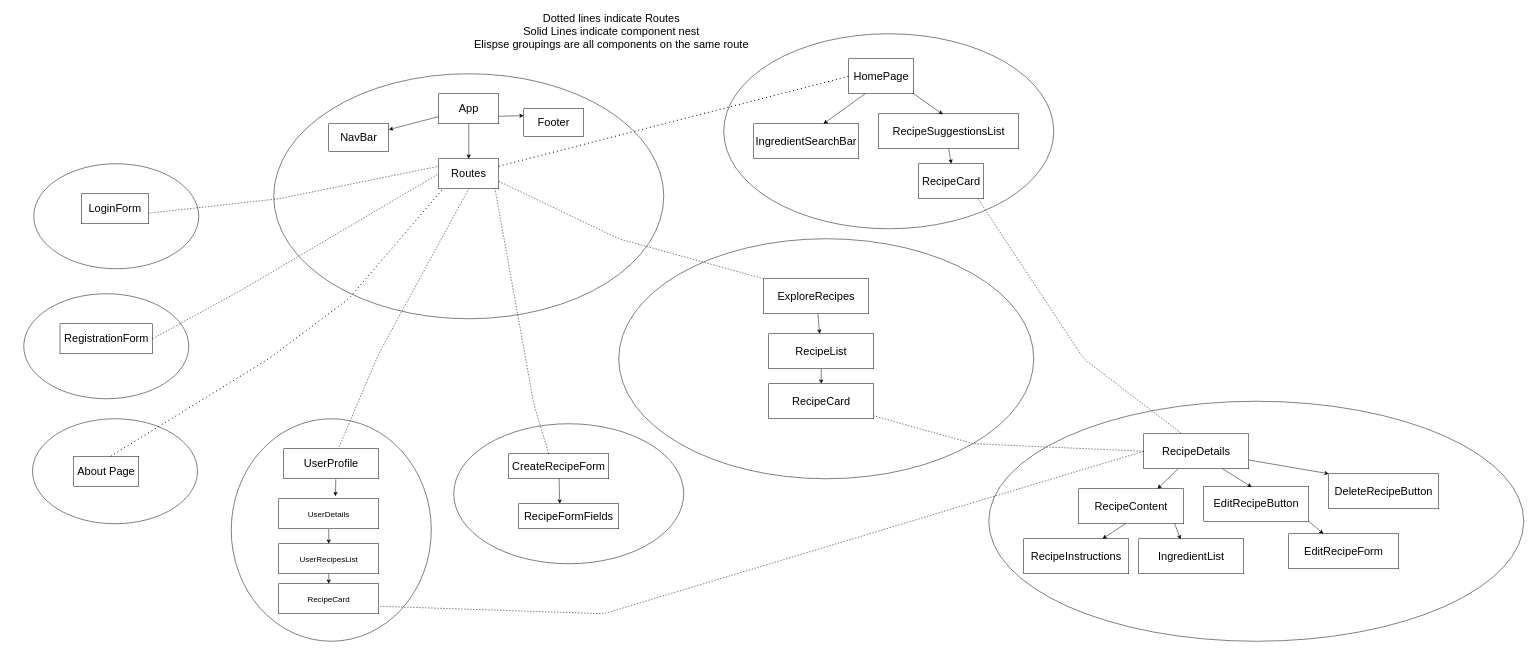
Above: planning/component-tree.drawio in christopherthai/chefmate-ai (draw.io), before the change. Source tidied: cells renumbered, new cells numbered last; positions are measured from the earlier drawing's top-left corner, leaving out a move shared by most shapes. Both pictures are drawn from the tidied source at 50%, with x=0, y=0 at pixel (24, 8).
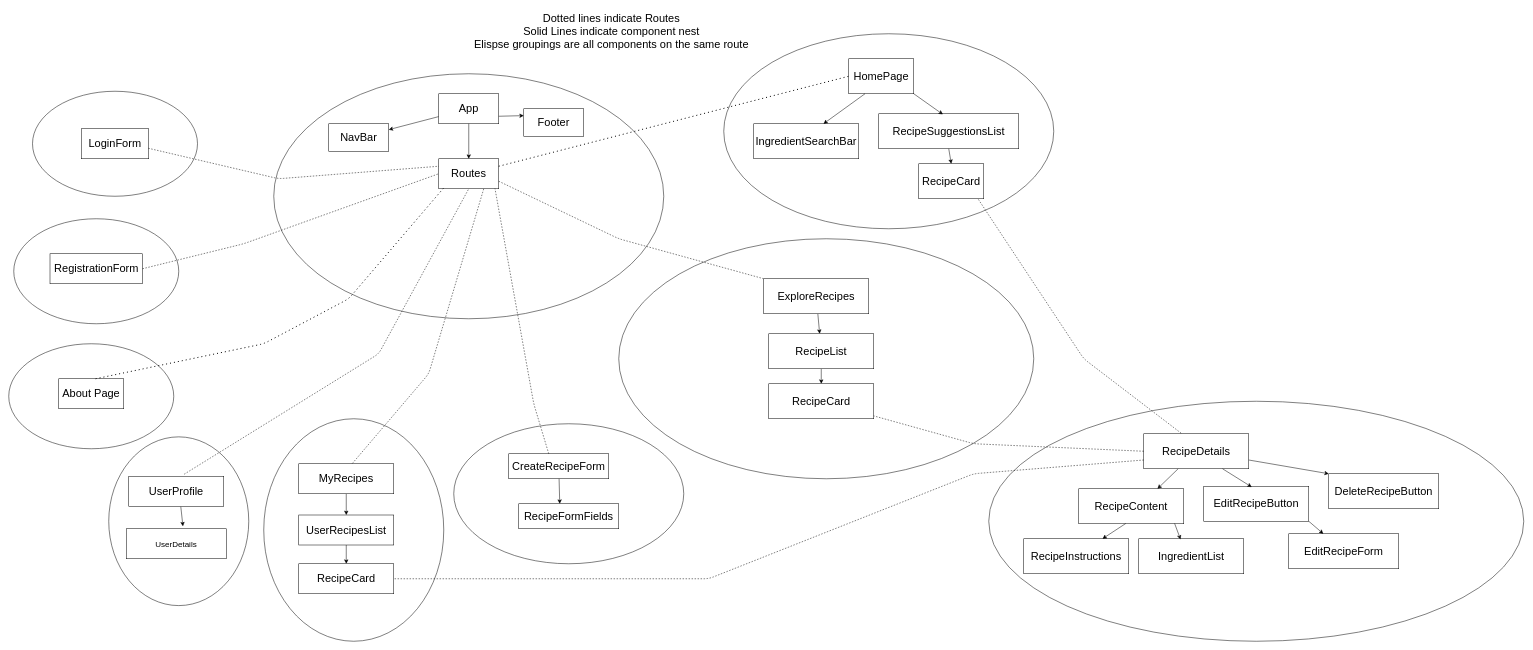
The same page after the edit.

Unchanged cells that the change refers to:
```xml
<mxCell id="8" value="Routes" style="whiteSpace=wrap;html=1;fontSize=22;" parent="1" vertex="1">
  <mxGeometry x="830" y="300" width="120" height="60" as="geometry" />
</mxCell>
<mxCell id="51" value="RecipeDetails" style="whiteSpace=wrap;html=1;fontSize=22;" parent="1" vertex="1">
  <mxGeometry x="2240" y="850" width="210" height="70" as="geometry" />
</mxCell>
```

Diff of the diagram source:
```diff
@@
+    <mxCell id="67" style="ellipse;whiteSpace=wrap;html=1;fontSize=22;shadow=0;" parent="1" vertex="1">
+      <mxGeometry x="170" y="856.2" width="280" height="337.5" as="geometry" />
+    </mxCell>
@@
     <mxCell id="4" style="ellipse;whiteSpace=wrap;html=1;fontSize=22;shadow=0;" parent="1" vertex="1">
-      <mxGeometry x="415" y="820" width="400" height="445" as="geometry" />
+      <mxGeometry x="480" y="820" width="360" height="445" as="geometry" />
     </mxCell>
@@
     <mxCell id="6" style="ellipse;whiteSpace=wrap;html=1;fontSize=22;shadow=0;" parent="1" vertex="1">
-      <mxGeometry x="17.5" y="820" width="330" height="210" as="geometry" />
+      <mxGeometry x="-30" y="670" width="330" height="210" as="geometry" />
     </mxCell>
@@
     <mxCell id="9" value="About Page" style="whiteSpace=wrap;html=1;fontSize=22;" parent="1" vertex="1">
-      <mxGeometry x="100" y="895" width="130" height="60" as="geometry" />
+      <mxGeometry x="70" y="740" width="130" height="60" as="geometry" />
     </mxCell>
@@
     <mxCell id="11" value="UserProfile" style="whiteSpace=wrap;html=1;fontSize=22;" parent="1" vertex="1">
-      <mxGeometry x="520" y="880" width="190" height="60" as="geometry" />
+      <mxGeometry x="210" y="935" width="190" height="60" as="geometry" />
     </mxCell>
@@
     <mxCell id="13" style="endArrow=none;dashed=1;html=1;dashPattern=1 3;strokeWidth=2;fontSize=22;exitX=0.567;exitY=0;exitDx=0;exitDy=0;exitPerimeter=0;entryX=0.079;entryY=0.981;entryDx=0;entryDy=0;entryPerimeter=0;" parent="1" edge="1" source="9" target="8">
       <mxGeometry relative="1" as="geometry">
         <Array as="points">
-          <mxPoint x="490" y="700" />
+          <mxPoint x="480" y="670" />
           <mxPoint x="650" y="580" />
         </Array>
       </mxGeometry>
     </mxCell>
@@
-    <mxCell id="15" style="edgeStyle=none;html=1;" parent="1" edge="1" source="16" target="21">
-      <mxGeometry relative="1" as="geometry" />
-    </mxCell>
     <mxCell id="16" value="&lt;font style=&quot;font-size: 16px;&quot;&gt;UserDetails&lt;/font&gt;" style="whiteSpace=wrap;html=1;" parent="1" vertex="1">
-      <mxGeometry x="510" y="980" width="200" height="60" as="geometry" />
+      <mxGeometry x="205" y="1040" width="200" height="60" as="geometry" />
     </mxCell>
@@
-    <mxCell id="20" style="edgeStyle=none;html=1;fontSize=16;" parent="1" edge="1" source="21" target="36">
-      <mxGeometry relative="1" as="geometry" />
-    </mxCell>
-    <mxCell id="21" value="&lt;font style=&quot;font-size: 16px;&quot;&gt;UserRecipesList&lt;/font&gt;" style="whiteSpace=wrap;html=1;" parent="1" vertex="1">
-      <mxGeometry x="510" y="1070" width="200" height="60" as="geometry" />
-    </mxCell>
     <mxCell id="22" style="ellipse;whiteSpace=wrap;html=1;fontSize=22;shadow=0;" parent="1" vertex="1">
-      <mxGeometry y="570" width="330" height="210" as="geometry" />
+      <mxGeometry x="-20" y="420" width="330" height="210" as="geometry" />
     </mxCell>
     <mxCell id="23" style="ellipse;whiteSpace=wrap;html=1;fontSize=22;shadow=0;" parent="1" vertex="1">
-      <mxGeometry x="20" y="310" width="330" height="210" as="geometry" />
+      <mxGeometry x="17.5" y="165" width="330" height="210" as="geometry" />
     </mxCell>
     <mxCell id="24" value="RegistrationForm" style="whiteSpace=wrap;html=1;shadow=0;fontSize=22;" parent="1" vertex="1">
-      <mxGeometry x="72.5" y="630" width="185" height="60" as="geometry" />
+      <mxGeometry x="52.5" y="490" width="185" height="60" as="geometry" />
     </mxCell>
     <mxCell id="25" value="LoginForm" style="whiteSpace=wrap;html=1;shadow=0;fontSize=22;" parent="1" vertex="1">
-      <mxGeometry x="115" y="370" width="135" height="60" as="geometry" />
+      <mxGeometry x="115" y="240" width="135" height="60" as="geometry" />
     </mxCell>
     <mxCell id="26" style="endArrow=none;dashed=1;html=1;fontSize=22;entryX=0;entryY=0.25;entryDx=0;entryDy=0;exitX=0.993;exitY=0.65;exitDx=0;exitDy=0;exitPerimeter=0;" parent="1" edge="1" source="25" target="8">
       <mxGeometry relative="1" as="geometry">
         <Array as="points">
-          <mxPoint x="510" y="380" />
+          <mxPoint x="510" y="340" />
         </Array>
       </mxGeometry>
     </mxCell>
     <mxCell id="27" style="endArrow=none;dashed=1;html=1;fontSize=22;exitX=1;exitY=0.5;exitDx=0;exitDy=0;entryX=0;entryY=0.5;entryDx=0;entryDy=0;" parent="1" edge="1" source="24" target="8">
       <mxGeometry relative="1" as="geometry">
         <Array as="points">
-          <mxPoint x="440" y="560" />
+          <mxPoint x="440" y="470" />
         </Array>
       </mxGeometry>
     </mxCell>
@@
-    <mxCell id="36" value="&lt;font style=&quot;font-size: 16px;&quot;&gt;RecipeCard&lt;/font&gt;" style="whiteSpace=wrap;html=1;" parent="1" vertex="1">
-      <mxGeometry x="510" y="1150" width="200" height="60" as="geometry" />
-    </mxCell>
@@
-    <mxCell id="55" style="endArrow=none;dashed=1;html=1;fontSize=22;exitX=0;exitY=0.5;exitDx=0;exitDy=0;entryX=1;entryY=0.75;entryDx=0;entryDy=0;" parent="1" edge="1" source="51" target="36">
-      <mxGeometry relative="1" as="geometry">
-        <Array as="points">
-          <mxPoint x="1160" y="1210" />
-        </Array>
-      </mxGeometry>
-    </mxCell>
@@
+    <mxCell id="68" style="edgeStyle=none;html=1;" parent="1" edge="1" source="69" target="21">
+      <mxGeometry relative="1" as="geometry" />
+    </mxCell>
+    <mxCell id="69" value="MyRecipes" style="whiteSpace=wrap;html=1;fontSize=22;" parent="1" vertex="1">
+      <mxGeometry x="550" y="910" width="190" height="60" as="geometry" />
+    </mxCell>
+    <mxCell id="20" style="edgeStyle=none;html=1;" parent="1" edge="1" source="21" target="36">
+      <mxGeometry relative="1" as="geometry" />
+    </mxCell>
+    <mxCell id="21" value="UserRecipesList" style="whiteSpace=wrap;html=1;fontSize=22;" parent="1" vertex="1">
+      <mxGeometry x="550" y="1012.5" width="190" height="60" as="geometry" />
+    </mxCell>
+    <mxCell id="36" value="RecipeCard" style="whiteSpace=wrap;html=1;fontSize=22;" parent="1" vertex="1">
+      <mxGeometry x="550" y="1110" width="190" height="60" as="geometry" />
+    </mxCell>
+    <mxCell id="70" style="endArrow=none;dashed=1;html=1;fontSize=22;exitX=0.564;exitY=-0.009;exitDx=0;exitDy=0;exitPerimeter=0;entryX=0.75;entryY=1;entryDx=0;entryDy=0;" parent="1" edge="1" source="69" target="8">
+      <mxGeometry relative="1" as="geometry">
+        <Array as="points">
+          <mxPoint x="810" y="730" />
+        </Array>
+      </mxGeometry>
+    </mxCell>
+    <mxCell id="55" style="endArrow=none;dashed=1;html=1;fontSize=22;exitX=0;exitY=0.75;exitDx=0;exitDy=0;entryX=1;entryY=0.5;entryDx=0;entryDy=0;" parent="1" edge="1" source="51" target="36">
+      <mxGeometry relative="1" as="geometry">
+        <Array as="points">
+          <mxPoint x="1900" y="930" />
+          <mxPoint x="1370" y="1140" />
+        </Array>
+      </mxGeometry>
+    </mxCell>
```
